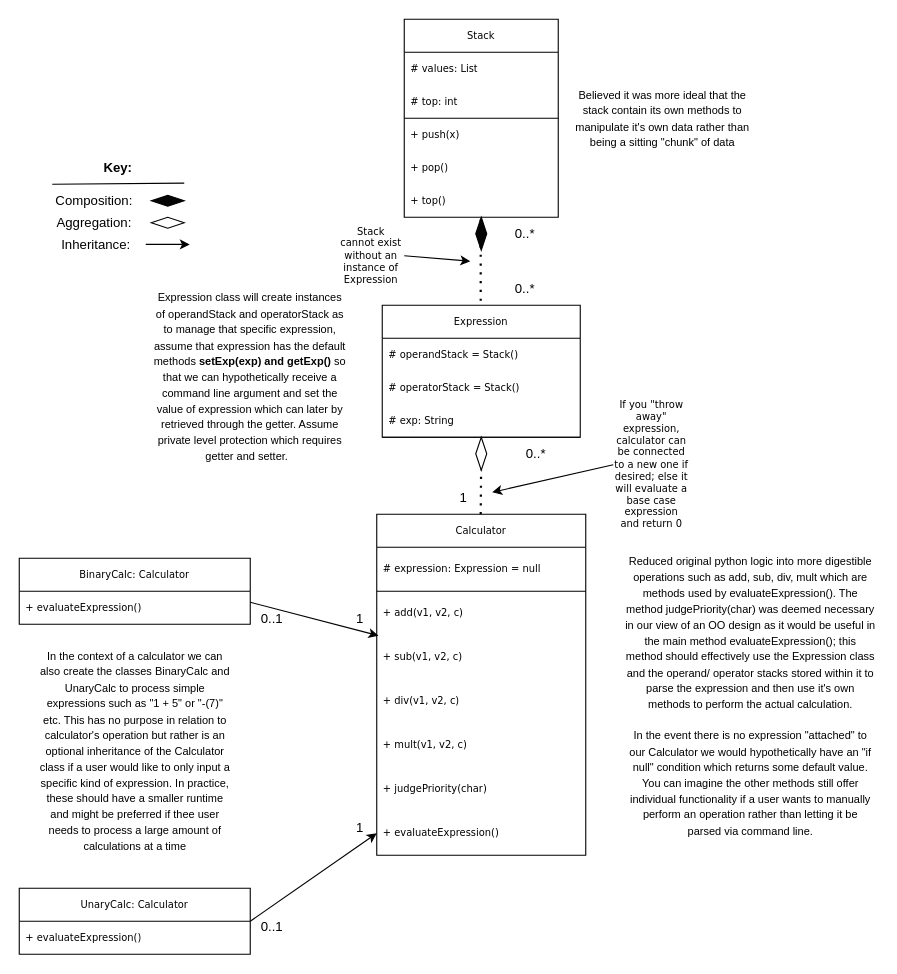
Earlier version of the draw.io diagram Lab1ClassDiagram.drawio (matty-gg/CSE2102-SP24-Lab1-Group19). Source tidied: cells renumbered, new cells numbered last; positions are measured from the earlier drawing's top-left corner, leaving out a move shared by most shapes. Both pictures are drawn from the tidied source at 110%, with x=0, y=0 at pixel (19, 19).
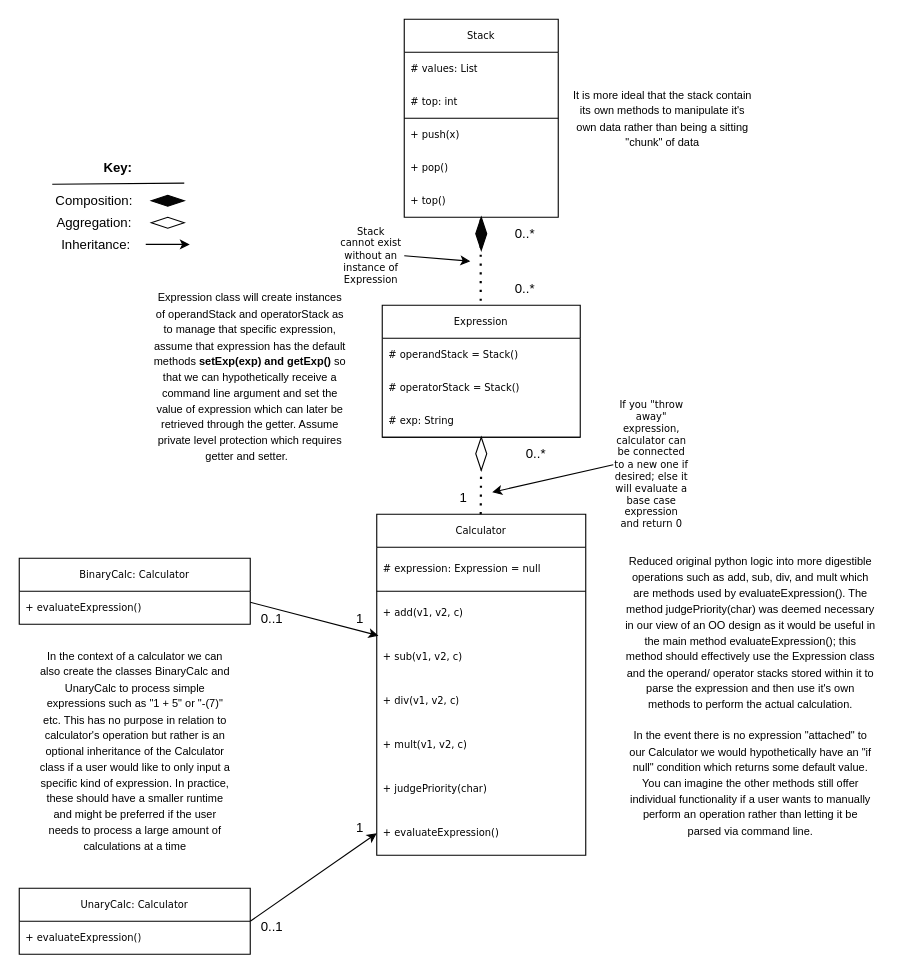
The same diagram, later.

Diff of the diagram source:
```diff
@@
-    <mxCell id="55" value="&lt;font style=&quot;font-size: 10px;&quot;&gt;In the context of a calculator we can also create the classes BinaryCalc and UnaryCalc to process simple expressions such as &quot;1 + 5&quot; or &quot;-(7)&quot; etc. This has no purpose in relation to calculator's operation but rather is an optional inheritance of the Calculator class if a user would like to only input a specific kind of expression. In practice, these should have a smaller runtime and might be preferred if thee user needs to process a large amount of calculations at a time&lt;/font&gt;" style="text;html=1;strokeColor=none;fillColor=none;align=center;verticalAlign=middle;whiteSpace=wrap;rounded=0;" parent="1" vertex="1">
+    <mxCell id="55" value="&lt;font style=&quot;font-size: 10px;&quot;&gt;In the context of a calculator we can also create the classes BinaryCalc and UnaryCalc to process simple expressions such as &quot;1 + 5&quot; or &quot;-(7)&quot; etc. This has no purpose in relation to calculator's operation but rather is an optional inheritance of the Calculator class if a user would like to only input a specific kind of expression. In practice, these should have a smaller runtime and might be preferred if the user needs to process a large amount of calculations at a time&lt;/font&gt;" style="text;html=1;strokeColor=none;fillColor=none;align=center;verticalAlign=middle;whiteSpace=wrap;rounded=0;" parent="1" vertex="1">
       <mxGeometry x="17.5" y="650" width="175" height="30" as="geometry" />
     </mxCell>
-    <mxCell id="56" value="&lt;font style=&quot;font-size: 10px;&quot;&gt;Reduced original python logic into more digestible operations such as add, sub, div, mult which are methods used by evaluateExpression(). The method judgePriority(char) was deemed necessary in our view of an OO design as it would be useful in the main method evaluateExpression(); this method should effectively use the Expression class and the operand/ operator stacks stored within it to parse the expression and then use it's own methods to perform the actual calculation.&lt;br&gt;&lt;br&gt;In the event there is no expression &quot;attached&quot; to our Calculator we would hypothetically have an &quot;if null&quot; condition which returns some default value. You can imagine the other methods still offer individual functionality if a user wants to manually perform an operation rather than letting it be parsed via command line.&lt;br&gt;&lt;/font&gt;" style="text;html=1;strokeColor=none;fillColor=none;align=center;verticalAlign=middle;whiteSpace=wrap;rounded=0;" parent="1" vertex="1">
+    <mxCell id="56" value="&lt;font style=&quot;font-size: 10px;&quot;&gt;Reduced original python logic into more digestible operations such as add, sub, div, and mult which are methods used by evaluateExpression(). The method judgePriority(char) was deemed necessary in our view of an OO design as it would be useful in the main method evaluateExpression(); this method should effectively use the Expression class and the operand/ operator stacks stored within it to parse the expression and then use it's own methods to perform the actual calculation.&lt;br&gt;&lt;br&gt;In the event there is no expression &quot;attached&quot; to our Calculator we would hypothetically have an &quot;if null&quot; condition which returns some default value. You can imagine the other methods still offer individual functionality if a user wants to manually perform an operation rather than letting it be parsed via command line.&lt;br&gt;&lt;/font&gt;" style="text;html=1;strokeColor=none;fillColor=none;align=center;verticalAlign=middle;whiteSpace=wrap;rounded=0;" parent="1" vertex="1">
       <mxGeometry x="550" y="600" width="230" height="30" as="geometry" />
     </mxCell>
-    <mxCell id="57" value="&lt;font style=&quot;font-size: 10px;&quot;&gt;Believed it was more ideal that the stack contain its own methods to manipulate it's own data rather than being a sitting &quot;chunk&quot; of data&lt;/font&gt;" style="text;html=1;strokeColor=none;fillColor=none;align=center;verticalAlign=middle;whiteSpace=wrap;rounded=0;" parent="1" vertex="1">
+    <mxCell id="57" value="&lt;font style=&quot;font-size: 10px;&quot;&gt;It is more ideal that the stack contain its own methods to manipulate it's own data rather than being a sitting &quot;chunk&quot; of data&lt;/font&gt;" style="text;html=1;strokeColor=none;fillColor=none;align=center;verticalAlign=middle;whiteSpace=wrap;rounded=0;" parent="1" vertex="1">
       <mxGeometry x="500" y="75" width="170" height="30" as="geometry" />
     </mxCell>
-    <mxCell id="58" value="&lt;font style=&quot;font-size: 10px;&quot;&gt;Expression class will create instances of operandStack and operatorStack as to manage that specific expression, assume that expression has the default methods &lt;b&gt;setExp(exp) and getExp() &lt;/b&gt;so that we can hypothetically receive a command line argument and set the value of expression which can later by retrieved through the getter. Assume private level protection which requires getter and setter.&amp;nbsp;&amp;nbsp;&lt;/font&gt;" style="text;html=1;strokeColor=none;fillColor=none;align=center;verticalAlign=middle;whiteSpace=wrap;rounded=0;" parent="1" vertex="1">
+    <mxCell id="58" value="&lt;font style=&quot;font-size: 10px;&quot;&gt;Expression class will create instances of operandStack and operatorStack as to manage that specific expression, assume that expression has the default methods &lt;b&gt;setExp(exp) and getExp() &lt;/b&gt;so that we can hypothetically receive a command line argument and set the value of expression which can later be retrieved through the getter. Assume private level protection which requires getter and setter.&amp;nbsp;&amp;nbsp;&lt;/font&gt;" style="text;html=1;strokeColor=none;fillColor=none;align=center;verticalAlign=middle;whiteSpace=wrap;rounded=0;" parent="1" vertex="1">
       <mxGeometry x="120" y="310" width="180" height="30" as="geometry" />
     </mxCell>
```
